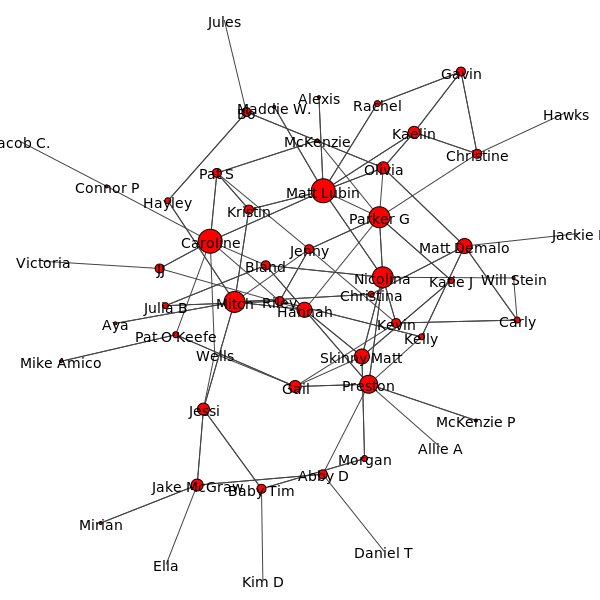
Before: the_web.png, a diagram exported from Graphviz (rpg2014/force-web). Its source is kept beside it as the_web.dot.
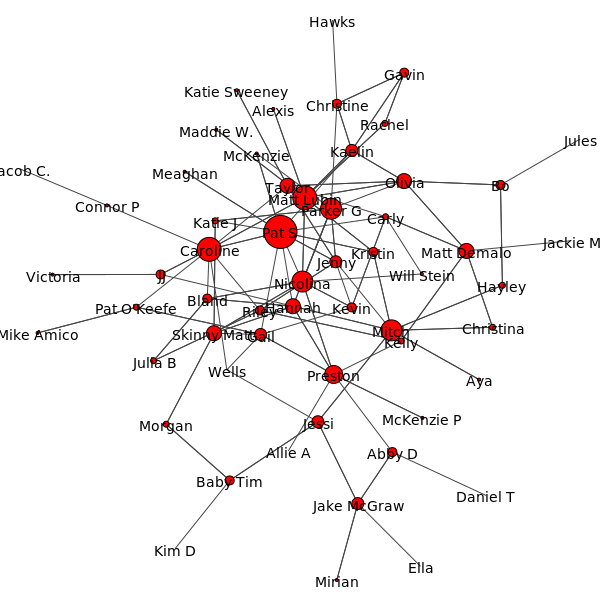
Above is the later version.

Change to the diagram source:
```diff
@@ -13,7 +13,7 @@
   2 [
     label=Jenny
     name=Jenny
-    size=9
+    size=12
   ];
   3 [
     label=Hannah
@@ -143,7 +143,7 @@
   28 [
     label=Olivia
     name=Olivia
-    size=12
+    size=15
   ];
   29 [
     label=Kaelin
@@ -153,7 +153,7 @@
   30 [
     label="Pat S"
     name="Pat S"
-    size=9
+    size=33
   ];
   31 [
     label=Kevin
@@ -268,11 +268,26 @@
   53 [
     label=Victoria
     name=Victoria
-    size=0
+    size=3
+  ];
+  54 [
+    label=Taylor
+    name=Taylor
+    size=15
+  ];
+  55 [
+    label="Katie Sweeney"
+    name="Katie Sweeney"
+    size=3
+  ];
+  56 [
+    label=Meaghan
+    name=Meaghan
+    size=3
   ];
 
   2 -- 0;
-  23 -- 0;
+  3 -- 0;
   5 -- 0;
   11 -- 0;
   28 -- 0;
@@ -286,6 +301,7 @@
   2 -- 0;
   30 -- 2;
   33 -- 2;
+  54 -- 2;
   3 -- 0;
   3 -- 1;
   15 -- 3;
@@ -367,6 +383,7 @@
   28 -- 24;
   29 -- 28;
   38 -- 28;
+  54 -- 28;
   29 -- 28;
   29 -- 23;
   29 -- 25;
@@ -374,6 +391,14 @@
   30 -- 21;
   48 -- 30;
   44 -- 30;
+  32 -- 30;
+  30 -- 2;
+  30 -- 3;
+  30 -- 5;
+  56 -- 30;
+  30 -- 16;
+  30 -- 11;
+  30 -- 29;
   32 -- 31;
   31 -- 5;
   31 -- 2;
@@ -412,4 +437,12 @@
   52 -- 3;
   52 -- 44;
   53 -- 52;
+  53 -- 52;
+  54 -- 32;
+  54 -- 2;
+  55 -- 54;
+  54 -- 44;
+  54 -- 28;
+  55 -- 54;
+  56 -- 30;
 }
```
